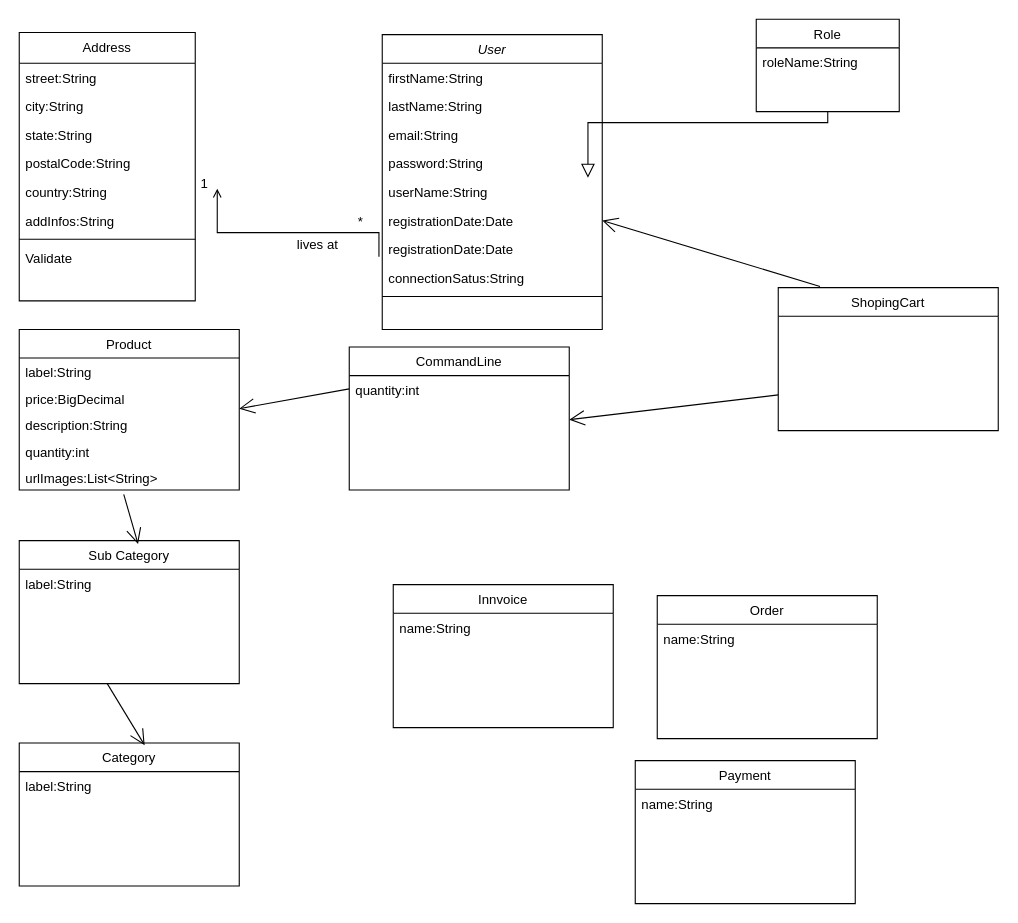
ABDELFADEIL/e-boutique keeps this draw.io diagram as diagrams/diagram_class.drawio. Above is the earlier version. Source tidied: cells renumbered, new cells numbered last; positions are measured from the earlier drawing's top-left corner, leaving out a move shared by most shapes. Both pictures are drawn from the tidied source at 110%, with x=0, y=0 at pixel (19, 19).
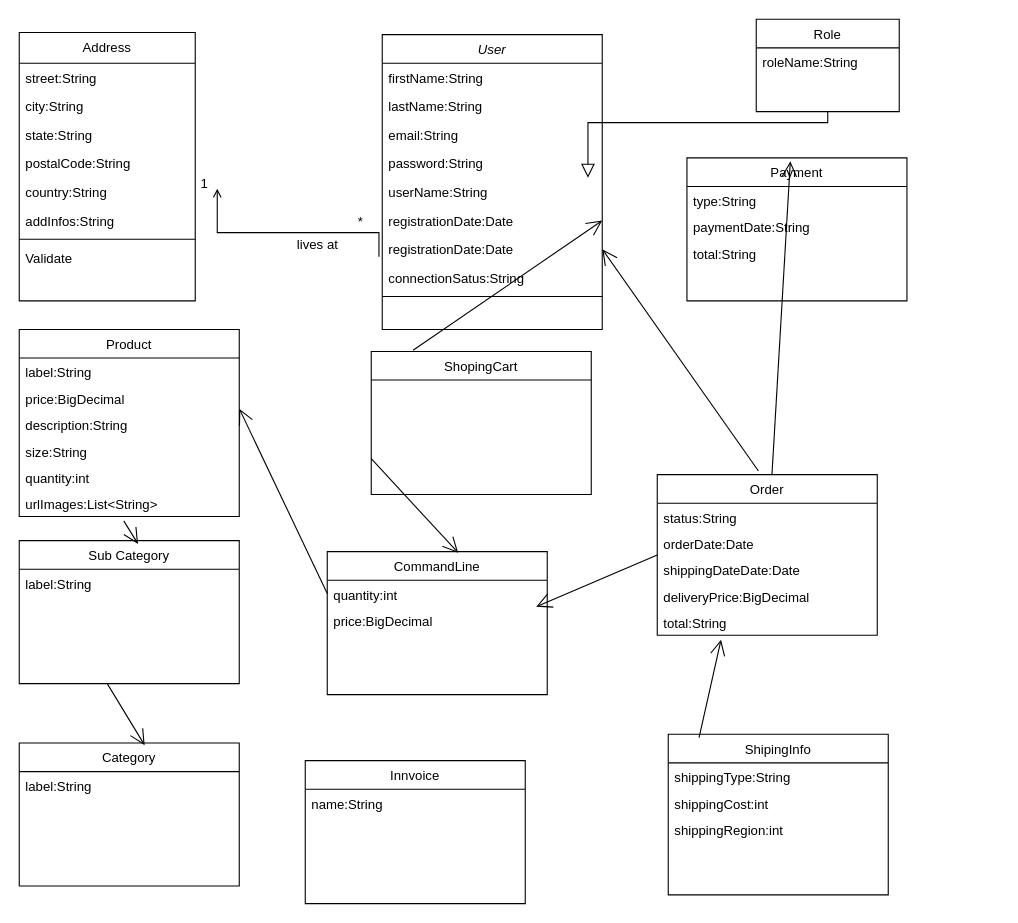
The same diagram, later.

The change refers to these unchanged cells:
```xml
<mxCell id="9" value="registrationDate:Date" style="text;align=left;verticalAlign=top;spacingLeft=4;spacingRight=4;overflow=hidden;points=[[0,0.5],[1,0.5]];portConstraint=eastwest;rounded=0;shadow=0;html=0;" parent="2" vertex="1">
  <mxGeometry y="182" width="200" height="26" as="geometry" />
</mxCell>
```

Diff of the diagram source:
```diff
@@
     <mxCell id="29" value="Order" style="swimlane;fontStyle=0;align=center;verticalAlign=top;horizontal=1;startSize=26;rounded=0;shadow=0;strokeWidth=1;" parent="1" vertex="1">
-      <mxGeometry x="580" y="524" width="200" height="130" as="geometry" />
+      <mxGeometry x="580" y="414" width="200" height="146" as="geometry" />
     </mxCell>
-    <mxCell id="30" value="name:String" style="text;align=left;verticalAlign=top;spacingLeft=4;spacingRight=4;overflow=hidden;" parent="29" vertex="1">
+    <mxCell id="30" value="status:String" style="text;align=left;verticalAlign=top;spacingLeft=4;spacingRight=4;overflow=hidden;" parent="29" vertex="1">
       <mxGeometry y="26" width="200" height="24" as="geometry" />
     </mxCell>
+    <mxCell id="52" value="orderDate:Date" style="text;align=left;verticalAlign=top;spacingLeft=4;spacingRight=4;overflow=hidden;" parent="29" vertex="1">
+      <mxGeometry y="50" width="200" height="24" as="geometry" />
+    </mxCell>
+    <mxCell id="53" value="shippingDateDate:Date" style="text;align=left;verticalAlign=top;spacingLeft=4;spacingRight=4;overflow=hidden;" parent="29" vertex="1">
+      <mxGeometry y="74" width="200" height="24" as="geometry" />
+    </mxCell>
+    <mxCell id="54" value="deliveryPrice:BigDecimal" style="text;align=left;verticalAlign=top;spacingLeft=4;spacingRight=4;overflow=hidden;" parent="29" vertex="1">
+      <mxGeometry y="98" width="200" height="24" as="geometry" />
+    </mxCell>
+    <mxCell id="55" value="total:String" style="text;align=left;verticalAlign=top;spacingLeft=4;spacingRight=4;overflow=hidden;" parent="29" vertex="1">
+      <mxGeometry y="122" width="200" height="24" as="geometry" />
+    </mxCell>
     <mxCell id="31" value="Product" style="swimlane;fontStyle=0;align=center;verticalAlign=top;horizontal=1;startSize=26;rounded=0;shadow=0;strokeWidth=1;" parent="1" vertex="1">
-      <mxGeometry y="282" width="200" height="146" as="geometry" />
+      <mxGeometry y="282" width="200" height="170" as="geometry" />
     </mxCell>
@@
+    <mxCell id="56" value="size:String" style="text;align=left;verticalAlign=top;spacingLeft=4;spacingRight=4;overflow=hidden;" parent="31" vertex="1">
+      <mxGeometry y="98" width="200" height="24" as="geometry" />
+    </mxCell>
     <mxCell id="35" value="quantity:int" style="text;align=left;verticalAlign=top;spacingLeft=4;spacingRight=4;overflow=hidden;" parent="31" vertex="1">
-      <mxGeometry y="98" width="200" height="24" as="geometry" />
+      <mxGeometry y="122" width="200" height="24" as="geometry" />
     </mxCell>
     <mxCell id="36" value="urlImages:List&lt;String&gt;" style="text;align=left;verticalAlign=top;spacingLeft=4;spacingRight=4;overflow=hidden;points=[[0,0.5],[1,0.5]];portConstraint=eastwest;" parent="31" vertex="1">
-      <mxGeometry y="122" width="200" height="24" as="geometry" />
+      <mxGeometry y="146" width="200" height="24" as="geometry" />
     </mxCell>
     <mxCell id="37" value="ShopingCart" style="swimlane;fontStyle=0;align=center;verticalAlign=top;horizontal=1;startSize=26;rounded=0;shadow=0;strokeWidth=1;" parent="1" vertex="1">
-      <mxGeometry x="690" y="244" width="200" height="130" as="geometry" />
+      <mxGeometry x="320" y="302" width="200" height="130" as="geometry" />
     </mxCell>
     <mxCell id="38" value="Payment" style="swimlane;fontStyle=0;align=center;verticalAlign=top;horizontal=1;startSize=26;rounded=0;shadow=0;strokeWidth=1;" parent="1" vertex="1">
-      <mxGeometry x="560" y="674" width="200" height="130" as="geometry" />
+      <mxGeometry x="607" y="126" width="200" height="130" as="geometry" />
     </mxCell>
-    <mxCell id="39" value="name:String" style="text;align=left;verticalAlign=top;spacingLeft=4;spacingRight=4;overflow=hidden;" parent="38" vertex="1">
+    <mxCell id="39" value="type:String" style="text;align=left;verticalAlign=top;spacingLeft=4;spacingRight=4;overflow=hidden;" parent="38" vertex="1">
       <mxGeometry y="26" width="200" height="24" as="geometry" />
     </mxCell>
+    <mxCell id="57" value="paymentDate:String" style="text;align=left;verticalAlign=top;spacingLeft=4;spacingRight=4;overflow=hidden;" parent="38" vertex="1">
+      <mxGeometry y="50" width="200" height="24" as="geometry" />
+    </mxCell>
+    <mxCell id="58" value="total:String" style="text;align=left;verticalAlign=top;spacingLeft=4;spacingRight=4;overflow=hidden;" parent="38" vertex="1">
+      <mxGeometry y="74" width="200" height="24" as="geometry" />
+    </mxCell>
     <mxCell id="40" value="CommandLine" style="swimlane;fontStyle=0;align=center;verticalAlign=top;horizontal=1;startSize=26;rounded=0;shadow=0;strokeWidth=1;" parent="1" vertex="1">
-      <mxGeometry x="300" y="298" width="200" height="130" as="geometry" />
+      <mxGeometry x="280" y="484" width="200" height="130" as="geometry" />
     </mxCell>
@@
+    <mxCell id="59" value="price:BigDecimal" style="text;align=left;verticalAlign=top;spacingLeft=4;spacingRight=4;overflow=hidden;" parent="40" vertex="1">
+      <mxGeometry y="50" width="200" height="24" as="geometry" />
+    </mxCell>
     <mxCell id="42" value="Innvoice" style="swimlane;fontStyle=0;align=center;verticalAlign=top;horizontal=1;startSize=26;rounded=0;shadow=0;strokeWidth=1;" parent="1" vertex="1">
-      <mxGeometry x="340" y="514" width="200" height="130" as="geometry" />
+      <mxGeometry x="260" y="674" width="200" height="130" as="geometry" />
     </mxCell>
@@
-    <mxCell id="47" style="endArrow=open;endFill=1;endSize=12;html=1;exitX=0;exitY=0.75;exitDx=0;exitDy=0;" parent="1" edge="1" source="37">
-      <mxGeometry relative="1" as="geometry">
-        <mxPoint x="500" y="364" as="targetPoint" />
-      </mxGeometry>
+    <mxCell id="47" style="endArrow=open;endFill=1;endSize=12;html=1;exitX=0;exitY=0.75;exitDx=0;exitDy=0;entryX=0.595;entryY=0.008;entryDx=0;entryDy=0;entryPerimeter=0;" parent="1" edge="1" source="37" target="40">
+      <mxGeometry relative="1" as="geometry" />
     </mxCell>
@@
+    <mxCell id="60" style="endArrow=open;endFill=1;endSize=12;html=1;exitX=0;exitY=0.5;exitDx=0;exitDy=0;" parent="1" edge="1" source="29">
+      <mxGeometry relative="1" as="geometry">
+        <mxPoint x="470" y="534" as="targetPoint" />
+      </mxGeometry>
+    </mxCell>
+    <mxCell id="61" style="endArrow=open;endFill=1;endSize=12;html=1;entryX=1;entryY=0.5;entryDx=0;entryDy=0;exitX=0.46;exitY=-0.023;exitDx=0;exitDy=0;exitPerimeter=0;" parent="1" edge="1" source="29" target="9">
+      <mxGeometry relative="1" as="geometry" />
+    </mxCell>
+    <mxCell id="62" style="endArrow=open;endFill=1;endSize=12;html=1;entryX=0.47;entryY=0.023;entryDx=0;entryDy=0;entryPerimeter=0;" parent="1" edge="1" source="29" target="38">
+      <mxGeometry relative="1" as="geometry" />
+    </mxCell>
+    <mxCell id="63" value="ShipingInfo" style="swimlane;fontStyle=0;align=center;verticalAlign=top;horizontal=1;startSize=26;rounded=0;shadow=0;strokeWidth=1;" parent="1" vertex="1">
+      <mxGeometry x="590" y="650" width="200" height="146" as="geometry" />
+    </mxCell>
+    <mxCell id="64" value="shippingType:String" style="text;align=left;verticalAlign=top;spacingLeft=4;spacingRight=4;overflow=hidden;" parent="63" vertex="1">
+      <mxGeometry y="26" width="200" height="24" as="geometry" />
+    </mxCell>
+    <mxCell id="65" value="shippingCost:int" style="text;align=left;verticalAlign=top;spacingLeft=4;spacingRight=4;overflow=hidden;" parent="63" vertex="1">
+      <mxGeometry y="50" width="200" height="24" as="geometry" />
+    </mxCell>
+    <mxCell id="66" value="shippingRegion:int" style="text;align=left;verticalAlign=top;spacingLeft=4;spacingRight=4;overflow=hidden;" parent="63" vertex="1">
+      <mxGeometry y="74" width="200" height="24" as="geometry" />
+    </mxCell>
+    <mxCell id="67" style="endArrow=open;endFill=1;endSize=12;html=1;exitX=0.14;exitY=0.021;exitDx=0;exitDy=0;exitPerimeter=0;" parent="1" edge="1" source="63">
+      <mxGeometry relative="1" as="geometry">
+        <mxPoint x="638" y="564" as="targetPoint" />
+      </mxGeometry>
+    </mxCell>
```
